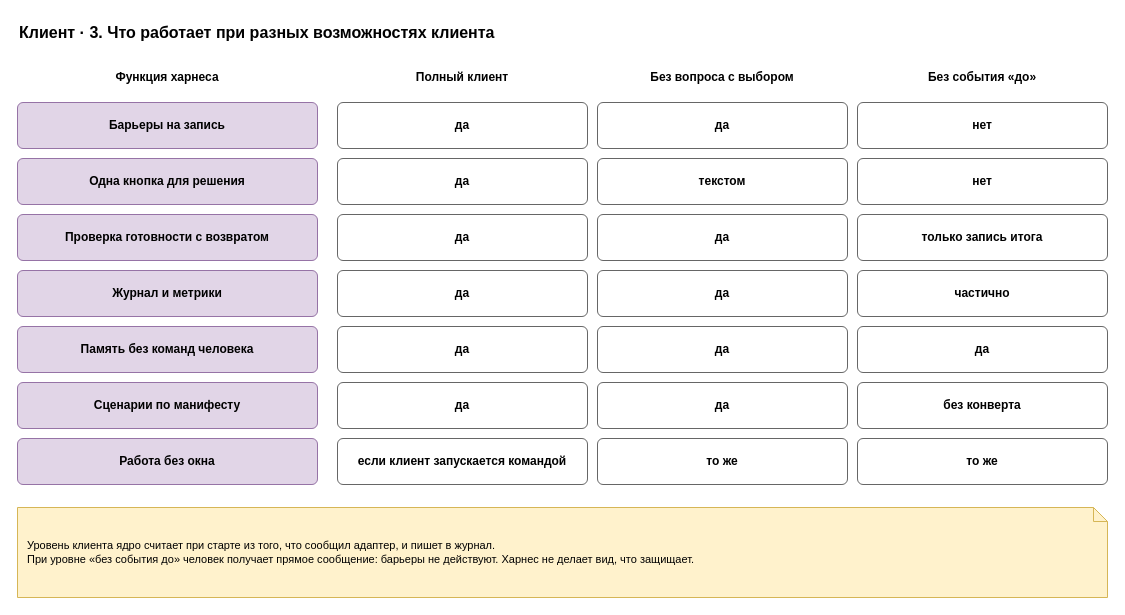
Earlier version of the draw.io diagram page "3. Уровни соответствия" (3 of 5) of docs/spec/harness-client.drawio (roygkov/reins). Source tidied: cells renumbered, new cells numbered last; positions are measured from the earlier drawing's top-left corner, leaving out a move shared by most shapes. Both pictures are drawn from the tidied source at 100%, with x=0, y=0 at pixel (17, 17).
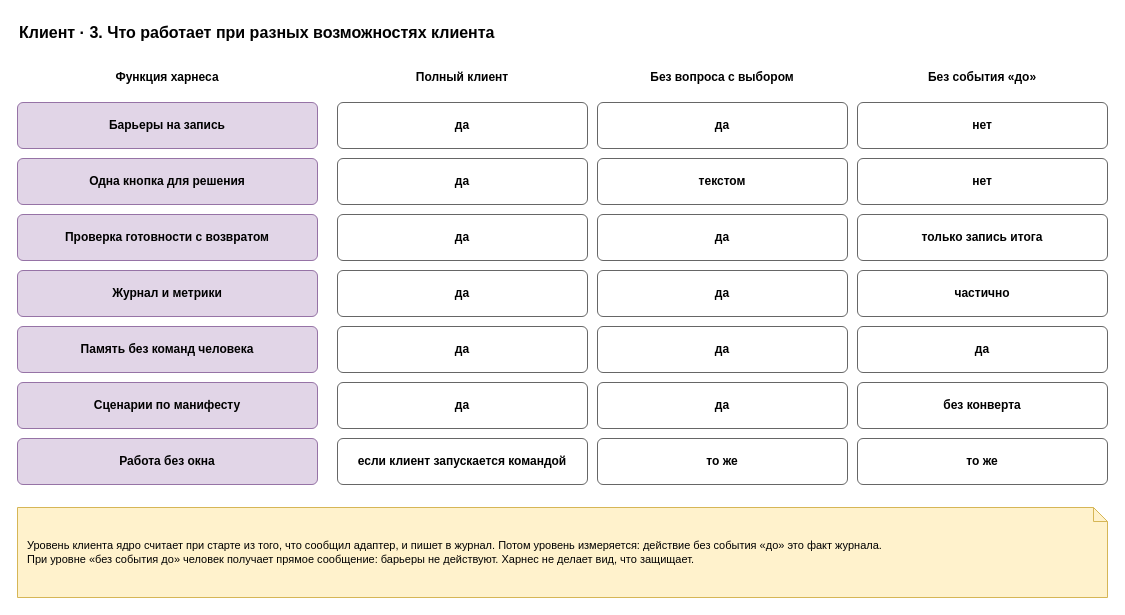
The same page after the edit.

What changed in the source:
```diff
@@
-    <mxCell id="35" value="Уровень клиента ядро считает при старте из того, что сообщил адаптер, и пишет в журнал.&lt;br&gt;При уровне «без события до» человек получает прямое сообщение: барьеры не действуют. Харнес не делает вид, что защищает." style="shape=note;whiteSpace=wrap;html=1;backgroundOutline=1;size=14;fillColor=#fff2cc;strokeColor=#d6b656;align=left;spacingLeft=8;spacingRight=8;fontSize=11;" parent="1" vertex="1">
+    <mxCell id="35" value="Уровень клиента ядро считает при старте из того, что сообщил адаптер, и пишет в журнал. Потом уровень измеряется: действие без события «до» это факт журнала.&lt;br&gt;При уровне «без события до» человек получает прямое сообщение: барьеры не действуют. Харнес не делает вид, что защищает." style="shape=note;whiteSpace=wrap;html=1;backgroundOutline=1;size=14;fillColor=#fff2cc;strokeColor=#d6b656;align=left;spacingLeft=8;spacingRight=8;fontSize=11;" parent="1" vertex="1">
       <mxGeometry y="490" width="1090" height="90" as="geometry" />
     </mxCell>
```
